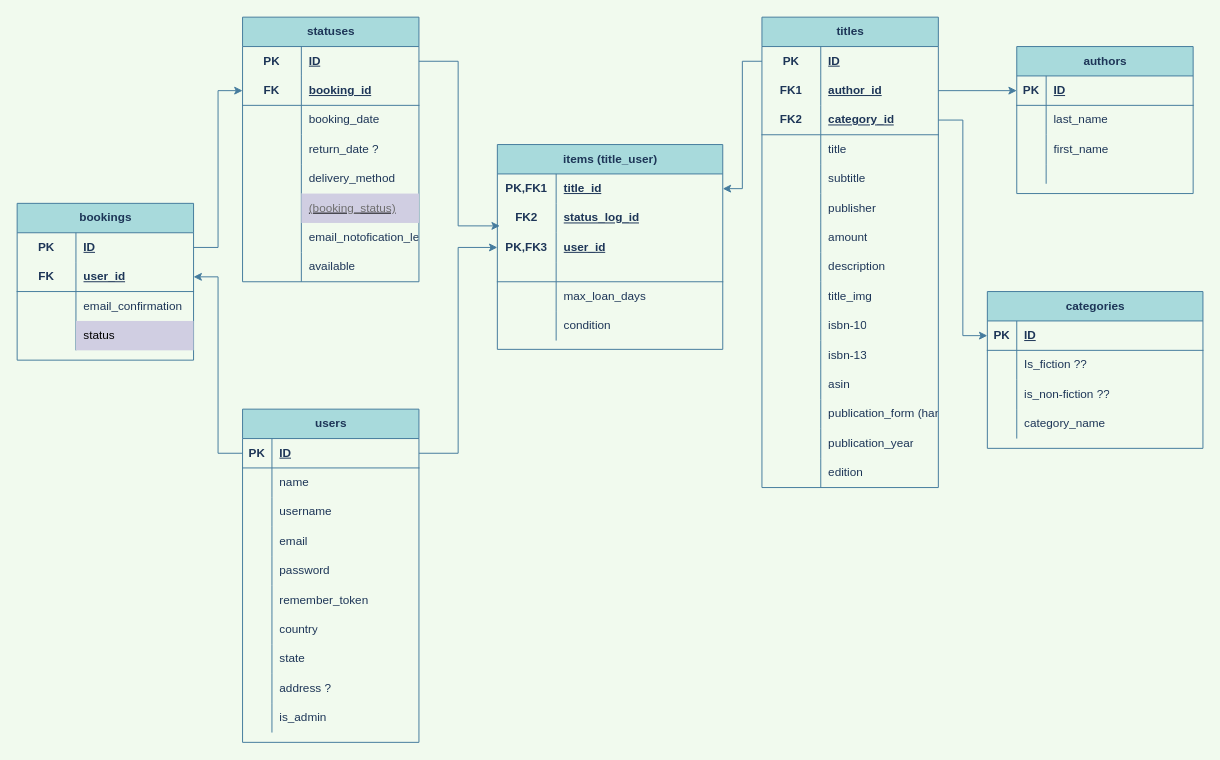
fines01/XLib keeps this draw.io diagram as page "relation schema" (2 of 3) of unterlagen/er-model.drawio. Above is the earlier version. Source tidied: cells renumbered, new cells numbered last; positions are measured from the earlier drawing's top-left corner, leaving out a move shared by most shapes. Both pictures are drawn from the tidied source at 98%, with x=0, y=0 at pixel (17, 17).
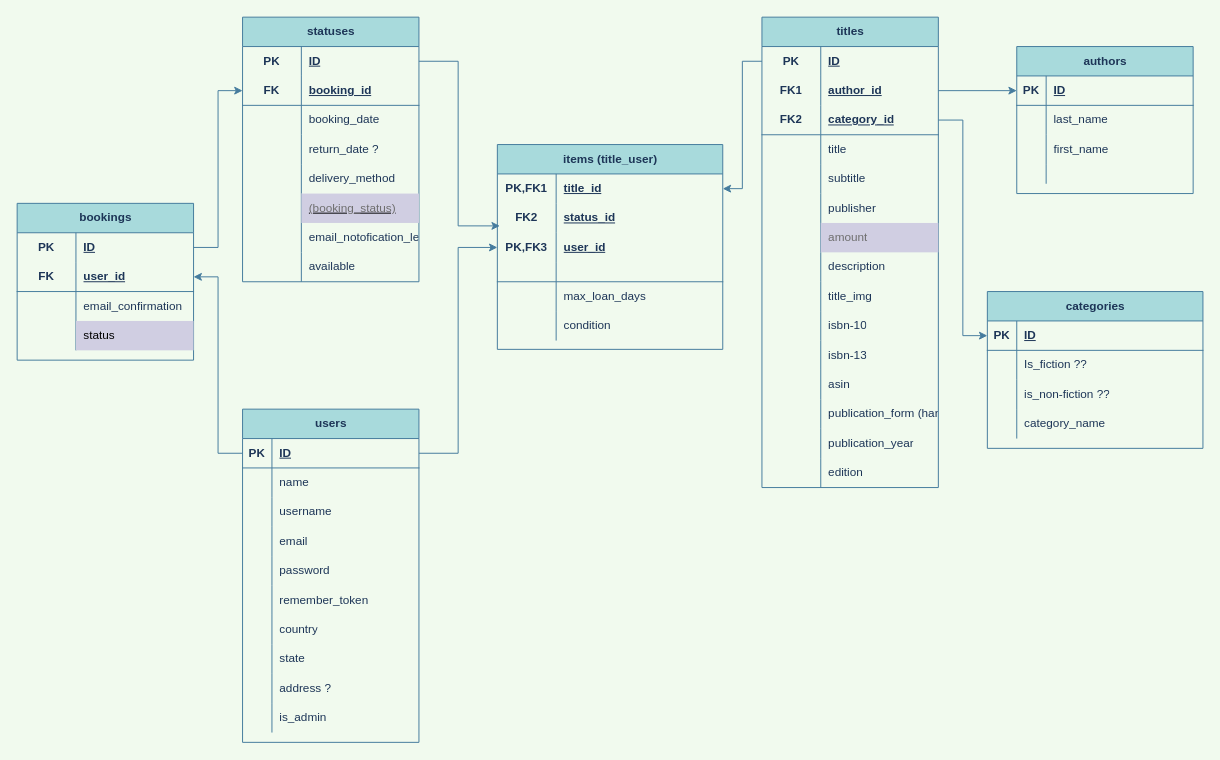
After the change.

The change refers to these unchanged cells:
```xml
<mxCell id="75" style="shape=partialRectangle;fillColor=none;top=0;left=0;bottom=0;right=0;points=[[0,0.5],[1,0.5]];portConstraint=eastwest;labelBackgroundColor=none;labelBorderColor=none;html=1;strokeColor=#457B9D;fontColor=#1D3557;" parent="71" vertex="1">
  <mxGeometry y="60" width="230" height="30" as="geometry" />
</mxCell>
<mxCell id="122" style="shape=partialRectangle;fillColor=none;top=0;left=0;bottom=0;right=0;labelBackgroundColor=none;labelBorderColor=none;html=1;strokeColor=#457B9D;fontColor=#1D3557;" parent="103" vertex="1">
  <mxGeometry y="210" width="180" height="30" as="geometry" />
</mxCell>
```

Change to the diagram source:
```diff
@@
-    <mxCell id="77" value="status_log_id" style="shape=partialRectangle;fillColor=none;top=0;left=0;bottom=0;right=0;align=left;spacingLeft=6;fontStyle=5;overflow=hidden;labelBackgroundColor=none;labelBorderColor=none;html=1;strokeColor=#457B9D;fontColor=#1D3557;" parent="75" vertex="1">
+    <mxCell id="77" value="status_id" style="shape=partialRectangle;fillColor=none;top=0;left=0;bottom=0;right=0;align=left;spacingLeft=6;fontStyle=5;overflow=hidden;labelBackgroundColor=none;labelBorderColor=none;html=1;strokeColor=#457B9D;fontColor=#1D3557;" parent="75" vertex="1">
       <mxGeometry x="60" width="170" height="30" as="geometry" />
     </mxCell>
@@
-    <mxCell id="124" value="amount" style="shape=partialRectangle;fillColor=none;top=0;left=0;bottom=0;right=0;align=left;spacingLeft=6;overflow=hidden;labelBackgroundColor=none;labelBorderColor=none;html=1;strokeColor=#457B9D;fontColor=#1D3557;" parent="122" vertex="1">
+    <mxCell id="124" value="&lt;font color=&quot;#6e6e6e&quot;&gt;amount&lt;/font&gt;" style="shape=partialRectangle;fillColor=#d0cee2;top=0;left=0;bottom=0;right=0;align=left;spacingLeft=6;overflow=hidden;labelBackgroundColor=none;labelBorderColor=none;html=1;strokeColor=#56517e;" parent="122" vertex="1">
       <mxGeometry x="60" width="120" height="30" as="geometry" />
     </mxCell>
```
